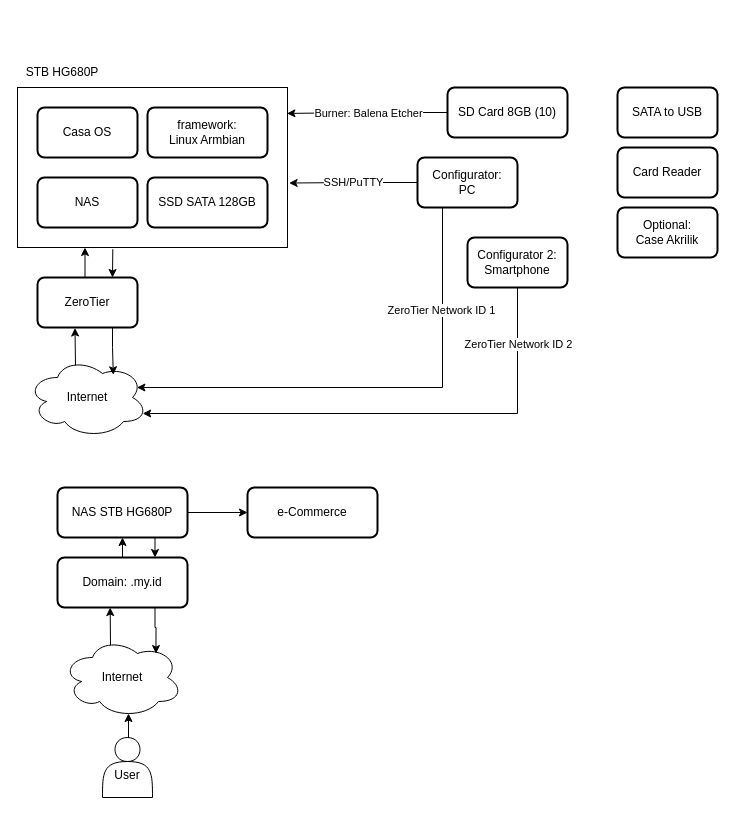
Earlier version of the draw.io diagram page "Orange Pi" (5 of 5) of Chart on Search Query.drawio (troders34/research). Source tidied: cells renumbered, new cells numbered last; positions are measured from the earlier drawing's top-left corner, leaving out a move shared by most shapes. Both pictures are drawn from the tidied source at 100%, with x=0, y=0 at pixel (17, 57).
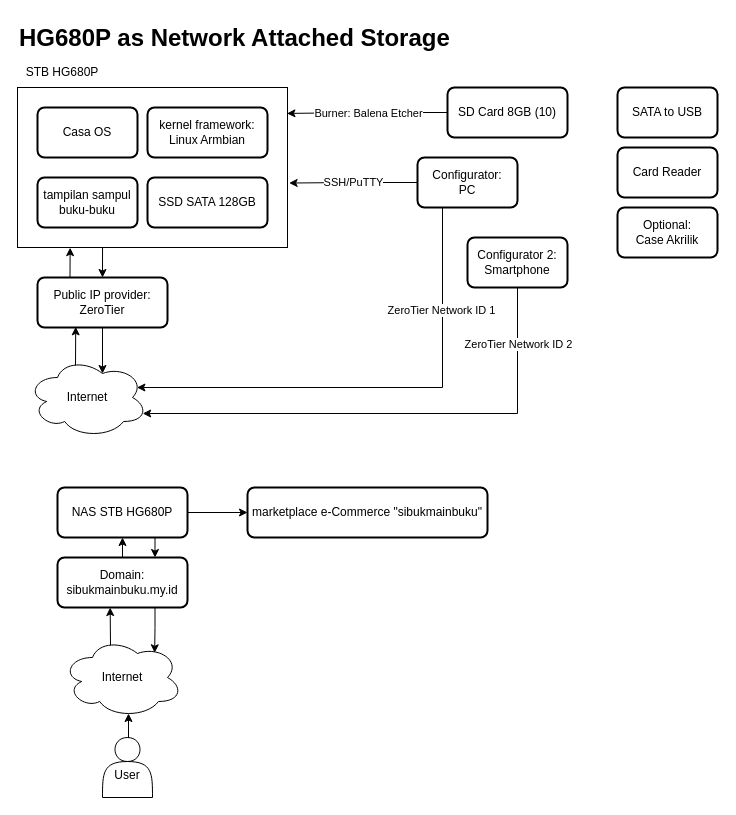
After the change.

The change refers to these unchanged cells:
```xml
<mxCell id="2" style="rounded=0;whiteSpace=wrap;html=1;" parent="1" vertex="1">
  <mxGeometry y="30" width="270" height="160" as="geometry" />
</mxCell>
<mxCell id="20" value="Internet" style="ellipse;shape=cloud;whiteSpace=wrap;html=1;" parent="1" vertex="1">
  <mxGeometry x="10" y="300" width="120" height="80" as="geometry" />
</mxCell>
<mxCell id="29" value="Internet" style="ellipse;shape=cloud;whiteSpace=wrap;html=1;" parent="1" vertex="1">
  <mxGeometry x="45" y="580" width="120" height="80" as="geometry" />
</mxCell>
```

The edit, as a diff of the source:
```diff
@@
-    <mxCell id="5" style="edgeStyle=orthogonalEdgeStyle;rounded=0;jettySize=auto;html=1;exitX=0.5;exitY=0;exitDx=0;exitDy=0;entryX=0.25;entryY=1;entryDx=0;entryDy=0;" parent="1" edge="1" source="6" target="2">
-      <mxGeometry relative="1" as="geometry" />
-    </mxCell>
-    <mxCell id="6" value="ZeroTier" style="rounded=1;whiteSpace=wrap;html=1;absoluteArcSize=1;arcSize=14;strokeWidth=2;" parent="1" vertex="1">
-      <mxGeometry x="20" y="220" width="100" height="50" as="geometry" />
+    <mxCell id="6" value="Public IP provider: ZeroTier" style="rounded=1;whiteSpace=wrap;html=1;absoluteArcSize=1;arcSize=14;strokeWidth=2;" parent="1" vertex="1">
+      <mxGeometry x="20" y="220" width="130" height="50" as="geometry" />
     </mxCell>
@@
-    <mxCell id="16" value="framework:&lt;div&gt;Linux Armbian&lt;/div&gt;" style="rounded=1;whiteSpace=wrap;html=1;absoluteArcSize=1;arcSize=14;strokeWidth=2;" parent="1" vertex="1">
+    <mxCell id="16" value="kernel framework:&lt;div&gt;Linux Armbian&lt;/div&gt;" style="rounded=1;whiteSpace=wrap;html=1;absoluteArcSize=1;arcSize=14;strokeWidth=2;" parent="1" vertex="1">
       <mxGeometry x="130" y="50" width="120" height="50" as="geometry" />
     </mxCell>
@@
-    <mxCell id="19" value="NAS" style="rounded=1;whiteSpace=wrap;html=1;absoluteArcSize=1;arcSize=14;strokeWidth=2;" parent="1" vertex="1">
+    <mxCell id="19" value="tampilan sampul buku-buku" style="rounded=1;whiteSpace=wrap;html=1;absoluteArcSize=1;arcSize=14;strokeWidth=2;" parent="1" vertex="1">
       <mxGeometry x="20" y="120" width="100" height="50" as="geometry" />
     </mxCell>
@@
-    <mxCell id="21" style="edgeStyle=orthogonalEdgeStyle;rounded=0;jettySize=auto;html=1;exitX=0.4;exitY=0.1;exitDx=0;exitDy=0;exitPerimeter=0;entryX=0.375;entryY=1.01;entryDx=0;entryDy=0;entryPerimeter=0;" parent="1" edge="1" source="20" target="6">
-      <mxGeometry relative="1" as="geometry" />
-    </mxCell>
-    <mxCell id="22" style="edgeStyle=orthogonalEdgeStyle;rounded=0;jettySize=auto;html=1;exitX=0.75;exitY=0;exitDx=0;exitDy=0;entryX=0.353;entryY=1.011;entryDx=0;entryDy=0;entryPerimeter=0;startArrow=classic;startFill=1;endArrow=none;endFill=0;" parent="1" edge="1" source="6" target="2">
-      <mxGeometry relative="1" as="geometry" />
-    </mxCell>
-    <mxCell id="23" style="edgeStyle=orthogonalEdgeStyle;rounded=0;jettySize=auto;html=1;exitX=0.75;exitY=1;exitDx=0;exitDy=0;entryX=0.715;entryY=0.216;entryDx=0;entryDy=0;entryPerimeter=0;" parent="1" edge="1" source="6" target="20">
-      <mxGeometry relative="1" as="geometry" />
-    </mxCell>
@@
-    <mxCell id="28" value="Domain: .my.id" style="rounded=1;whiteSpace=wrap;html=1;absoluteArcSize=1;arcSize=14;strokeWidth=2;" parent="1" vertex="1">
+    <mxCell id="28" value="Domain:&lt;div&gt;sibukmainbuku.my.id&lt;/div&gt;" style="rounded=1;whiteSpace=wrap;html=1;absoluteArcSize=1;arcSize=14;strokeWidth=2;" parent="1" vertex="1">
       <mxGeometry x="40" y="500" width="130" height="50" as="geometry" />
     </mxCell>
@@
-    <mxCell id="31" style="edgeStyle=orthogonalEdgeStyle;rounded=0;jettySize=auto;html=1;exitX=0.75;exitY=1;exitDx=0;exitDy=0;entryX=0.779;entryY=0.2;entryDx=0;entryDy=0;entryPerimeter=0;" parent="1" edge="1" source="28" target="29">
+    <mxCell id="31" style="edgeStyle=orthogonalEdgeStyle;rounded=0;jettySize=auto;html=1;exitX=0.75;exitY=1;exitDx=0;exitDy=0;entryX=0.768;entryY=0.191;entryDx=0;entryDy=0;entryPerimeter=0;" parent="1" edge="1" source="28" target="29">
       <mxGeometry relative="1" as="geometry" />
     </mxCell>
@@
-    <mxCell id="34" value="e-Commerce" style="rounded=1;whiteSpace=wrap;html=1;absoluteArcSize=1;arcSize=14;strokeWidth=2;" parent="1" vertex="1">
-      <mxGeometry x="230" y="430" width="130" height="50" as="geometry" />
+    <mxCell id="34" value="marketplace e-Commerce &quot;sibukmainbuku&quot;" style="rounded=1;whiteSpace=wrap;html=1;absoluteArcSize=1;arcSize=14;strokeWidth=2;" parent="1" vertex="1">
+      <mxGeometry x="230" y="430" width="240" height="50" as="geometry" />
     </mxCell>
@@
+    <mxCell id="38" value="&lt;h1 style=&quot;margin-top: 0px;&quot;&gt;HG680P as Network Attached Storage&lt;/h1&gt;" style="text;html=1;whiteSpace=wrap;overflow=hidden;rounded=0;" parent="1" vertex="1">
+      <mxGeometry y="-40" width="490" height="40" as="geometry" />
+    </mxCell>
+    <mxCell id="21" style="edgeStyle=orthogonalEdgeStyle;rounded=0;jettySize=auto;html=1;exitX=0.4;exitY=0.1;exitDx=0;exitDy=0;exitPerimeter=0;entryX=0.294;entryY=0.987;entryDx=0;entryDy=0;entryPerimeter=0;" parent="1" edge="1" source="20" target="6">
+      <mxGeometry relative="1" as="geometry" />
+    </mxCell>
+    <mxCell id="23" style="edgeStyle=orthogonalEdgeStyle;rounded=0;jettySize=auto;html=1;exitX=0.5;exitY=1;exitDx=0;exitDy=0;entryX=0.625;entryY=0.2;entryDx=0;entryDy=0;entryPerimeter=0;" parent="1" edge="1" source="6" target="20">
+      <mxGeometry relative="1" as="geometry" />
+    </mxCell>
+    <mxCell id="39" style="edgeStyle=orthogonalEdgeStyle;rounded=0;jettySize=auto;html=1;exitX=0.25;exitY=0;exitDx=0;exitDy=0;entryX=0.195;entryY=1.001;entryDx=0;entryDy=0;entryPerimeter=0;" parent="1" edge="1" source="6" target="2">
+      <mxGeometry relative="1" as="geometry" />
+    </mxCell>
+    <mxCell id="40" style="edgeStyle=orthogonalEdgeStyle;rounded=0;jettySize=auto;html=1;exitX=0.5;exitY=0;exitDx=0;exitDy=0;entryX=0.315;entryY=1;entryDx=0;entryDy=0;entryPerimeter=0;startArrow=classic;startFill=1;endArrow=none;endFill=0;" parent="1" edge="1" source="6" target="2">
+      <mxGeometry relative="1" as="geometry" />
+    </mxCell>
```
